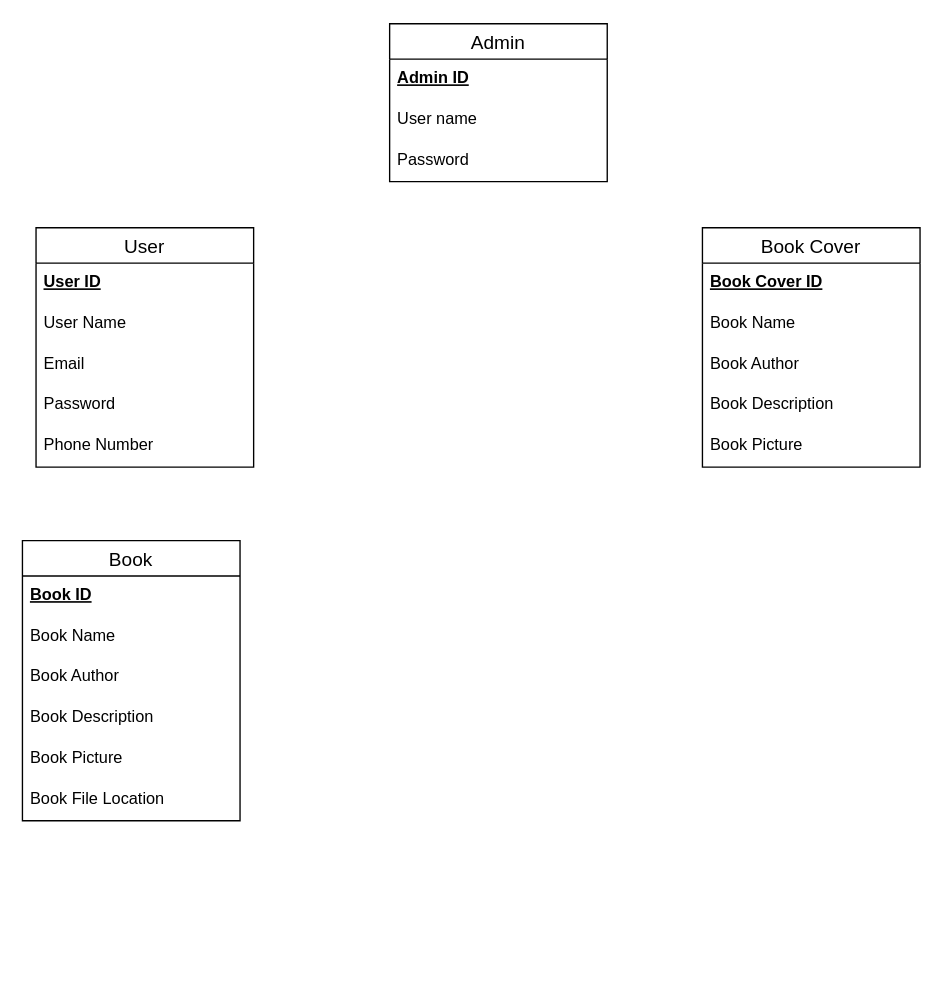
Above: Untitled Diagram.drawio in BenFSaks/CrossLibrary (draw.io), before the change. Source tidied: cells renumbered, new cells numbered last; positions are measured from the earlier drawing's top-left corner, leaving out a move shared by most shapes. Both pictures are drawn from the tidied source at 136%, with x=0, y=0 at pixel (22, 23).
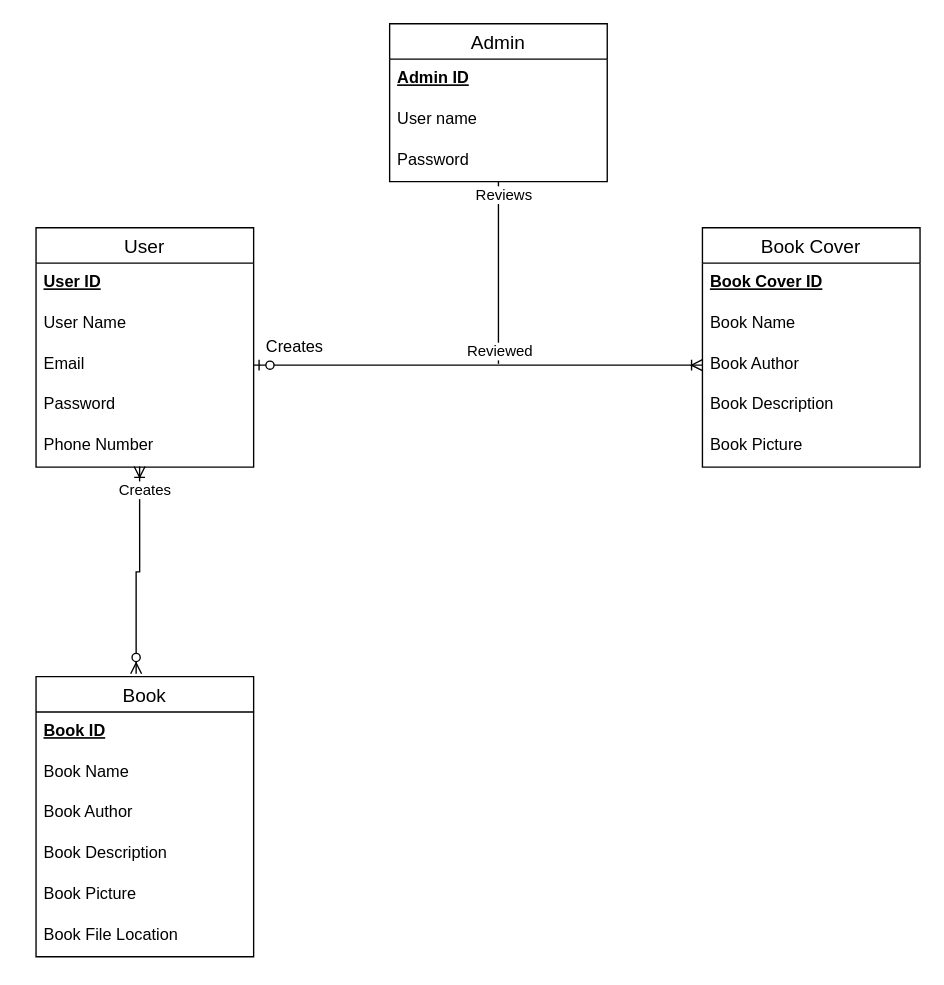
The same diagram, later.

The change refers to these unchanged cells:
```xml
<mxCell id="5" value="Email" style="text;strokeColor=none;fillColor=none;spacingLeft=4;spacingRight=4;overflow=hidden;points=[[0,0.5],[1,0.5]];portConstraint=eastwest;fontSize=12;" parent="2" vertex="1">
  <mxGeometry y="86" width="160" height="30" as="geometry" />
</mxCell>
<mxCell id="7" value="Phone Number" style="text;strokeColor=none;fillColor=none;spacingLeft=4;spacingRight=4;overflow=hidden;points=[[0,0.5],[1,0.5]];portConstraint=eastwest;fontSize=12;" parent="2" vertex="1">
  <mxGeometry y="146" width="160" height="30" as="geometry" />
</mxCell>
<mxCell id="11" value="Book Author" style="text;strokeColor=none;fillColor=none;spacingLeft=4;spacingRight=4;overflow=hidden;points=[[0,0.5],[1,0.5]];portConstraint=eastwest;fontSize=12;" parent="8" vertex="1">
  <mxGeometry y="86" width="160" height="30" as="geometry" />
</mxCell>
<mxCell id="24" value="Password" style="text;strokeColor=none;fillColor=none;spacingLeft=4;spacingRight=4;overflow=hidden;points=[[0,0.5],[1,0.5]];portConstraint=eastwest;fontSize=12;" parent="21" vertex="1">
  <mxGeometry y="86" width="160" height="30" as="geometry" />
</mxCell>
```

What changed in the source:
```diff
@@
     <mxCell id="14" value="Book" style="swimlane;fontStyle=0;horizontal=1;startSize=26;align=center;fontSize=14;" parent="1" vertex="1">
-      <mxGeometry y="380" width="160" height="206" as="geometry" />
+      <mxGeometry x="10" y="480" width="160" height="206" as="geometry" />
     </mxCell>
@@
+    <mxCell id="25" style="edgeStyle=entityRelationEdgeStyle;fontSize=12;html=1;endArrow=ERoneToMany;startArrow=ERzeroToOne;rounded=0;exitX=1;exitY=0.5;exitDx=0;exitDy=0;entryX=0;entryY=0.5;entryDx=0;entryDy=0;" parent="1" edge="1" source="5" target="11">
+      <mxGeometry relative="1" as="geometry" />
+    </mxCell>
+    <mxCell id="26" value="Creates" style="text;html=1;align=center;verticalAlign=middle;strokeColor=none;fillColor=none;" parent="1" vertex="1">
+      <mxGeometry x="170" y="228" width="60" height="20" as="geometry" />
+    </mxCell>
+    <mxCell id="27" style="edgeStyle=orthogonalEdgeStyle;fontSize=12;html=1;endArrow=ERoneToMany;startArrow=ERzeroToMany;rounded=0;entryX=0.476;entryY=0.983;entryDx=0;entryDy=0;entryPerimeter=0;exitX=0.46;exitY=-0.01;exitDx=0;exitDy=0;exitPerimeter=0;" parent="1" edge="1" source="14" target="7">
+      <mxGeometry relative="1" as="geometry" />
+    </mxCell>
+    <mxCell id="28" value="Creates" style="edgeLabel;html=1;align=center;verticalAlign=middle;" parent="27" vertex="1">
+      <mxGeometry x="0.78" y="-3" relative="1" as="geometry" />
+    </mxCell>
+    <mxCell id="29" style="edgeStyle=orthogonalEdgeStyle;fontSize=12;html=1;endArrow=ERone;endFill=1;rounded=0;" parent="1" edge="1" source="24">
+      <mxGeometry relative="1" as="geometry">
+        <mxPoint x="350" y="250" as="targetPoint" />
+        <Array as="points">
+          <mxPoint x="350" y="160" />
+          <mxPoint x="350" y="160" />
+        </Array>
+      </mxGeometry>
+    </mxCell>
+    <mxCell id="30" value="Reviews" style="edgeLabel;html=1;align=center;verticalAlign=middle;" parent="29" vertex="1">
+      <mxGeometry x="-0.86" y="3" relative="1" as="geometry" />
+    </mxCell>
+    <mxCell id="31" value="Reviewed" style="edgeLabel;html=1;align=center;verticalAlign=middle;" parent="29" vertex="1">
+      <mxGeometry x="0.85" relative="1" as="geometry" />
+    </mxCell>
```
